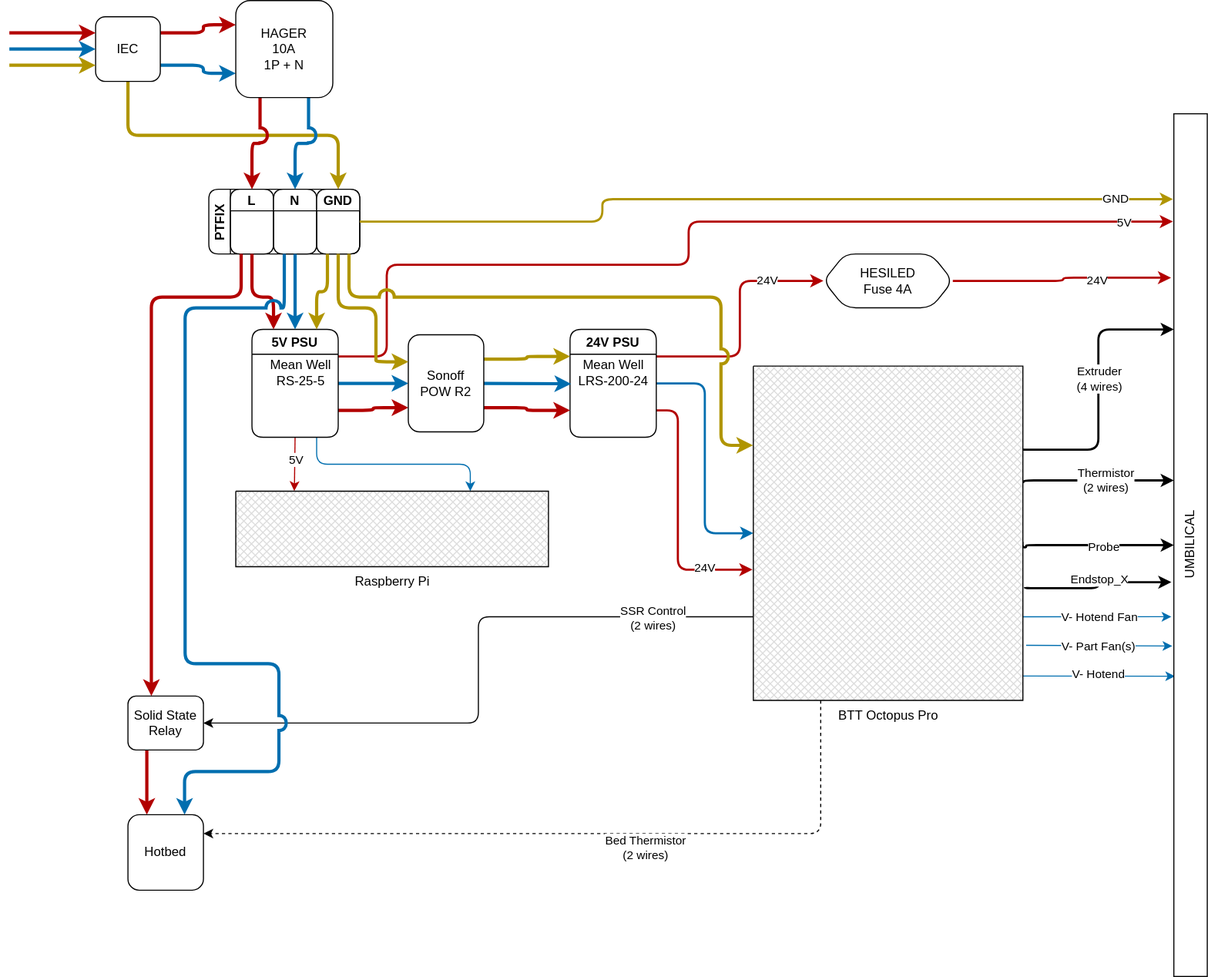
This is wiring/VCore3_wiring.svg from Contrasens/VCore3-400-OpenFront, a draw.io export, as it was before one commit. Source tidied: cells renumbered, new cells last; positions are measured from the earlier drawing's top-left corner, leaving out a move shared by most shapes.
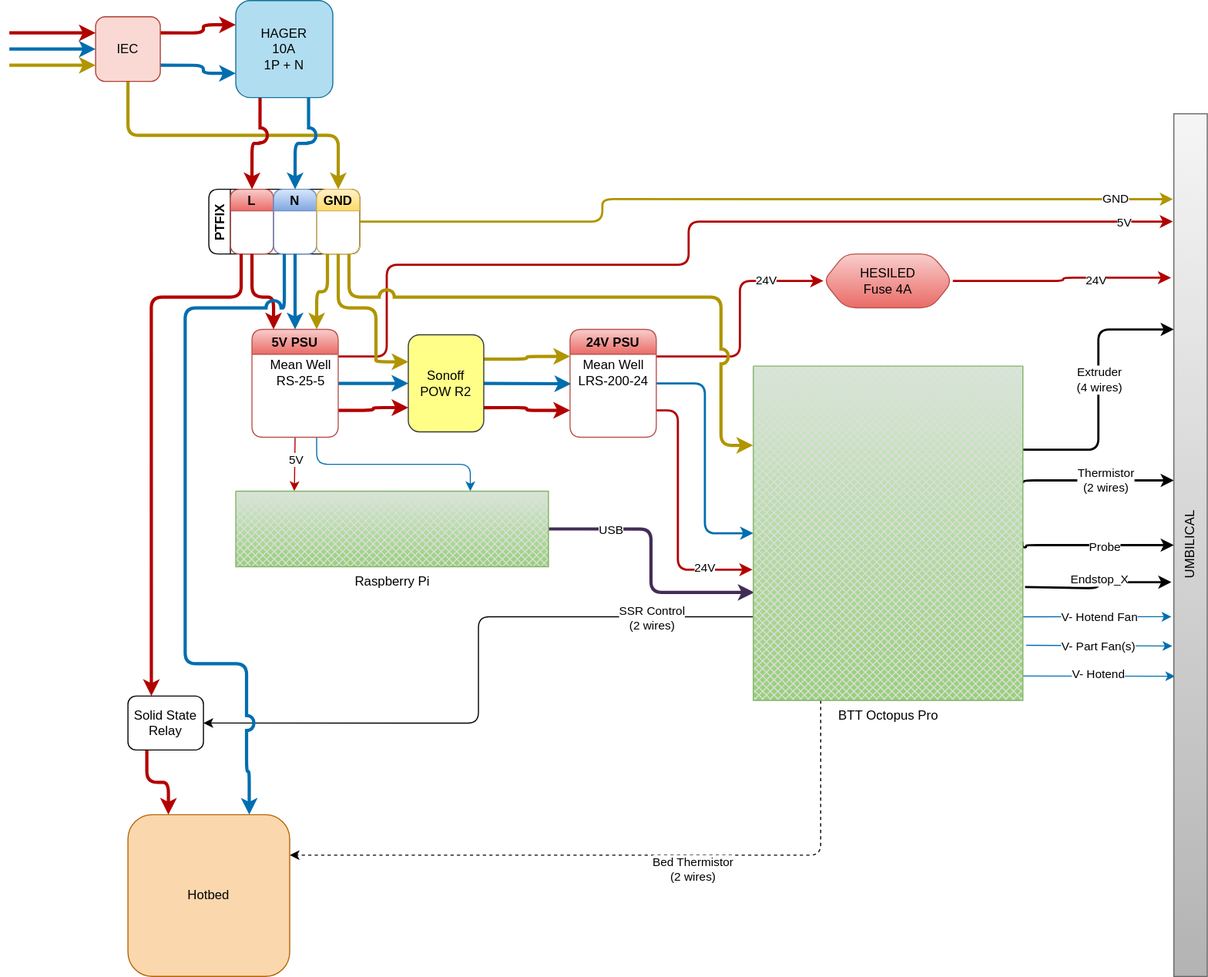
After the commit.

The edit, as a diff of the source:
```diff
@@ -21,7 +21,7 @@
     <mxCell id="4" style="edgeStyle=orthogonalEdgeStyle;curved=0;rounded=1;sketch=0;jumpStyle=arc;jumpSize=10;jettySize=auto;html=1;exitX=0.5;exitY=1;exitDx=0;exitDy=0;entryX=0.5;entryY=0;entryDx=0;entryDy=0;strokeWidth=3;fillColor=#e3c800;strokeColor=#B09500;" parent="1" edge="1" source="5" target="15">
       <mxGeometry relative="1" as="geometry" />
     </mxCell>
-    <mxCell id="5" value="IEC" style="whiteSpace=wrap;html=1;rounded=1;sketch=0;" parent="1" vertex="1">
+    <mxCell id="5" value="IEC" style="whiteSpace=wrap;html=1;rounded=1;sketch=0;fillColor=#fad9d5;strokeColor=#ae4132;" parent="1" vertex="1">
       <mxGeometry x="80" y="15" width="60" height="60" as="geometry" />
     </mxCell>
     <mxCell id="6" style="endArrow=classic;html=1;rounded=1;sketch=0;curved=0;jumpStyle=arc;jumpSize=10;entryX=0;entryY=0.25;entryDx=0;entryDy=0;fillColor=#e51400;strokeColor=#B20000;strokeWidth=3;" parent="1" edge="1" target="5">
@@ -45,19 +45,19 @@
     <mxCell id="10" style="edgeStyle=orthogonalEdgeStyle;curved=0;rounded=1;sketch=0;jumpStyle=arc;jumpSize=10;jettySize=auto;html=1;exitX=0.75;exitY=1;exitDx=0;exitDy=0;entryX=0.5;entryY=0;entryDx=0;entryDy=0;strokeWidth=3;fillColor=#1ba1e2;strokeColor=#006EAF;" parent="1" edge="1" source="11" target="14">
       <mxGeometry relative="1" as="geometry" />
     </mxCell>
-    <mxCell id="11" value="&lt;div&gt;HAGER&lt;/div&gt;&lt;div&gt;10A&lt;/div&gt;&lt;div&gt;1P + N&lt;br&gt;&lt;/div&gt;" style="whiteSpace=wrap;html=1;rounded=1;sketch=0;" parent="1" vertex="1">
+    <mxCell id="11" value="&lt;div&gt;HAGER&lt;/div&gt;&lt;div&gt;10A&lt;/div&gt;&lt;div&gt;1P + N&lt;br&gt;&lt;/div&gt;" style="whiteSpace=wrap;html=1;rounded=1;sketch=0;fillColor=#b1ddf0;strokeColor=#10739e;" parent="1" vertex="1">
       <mxGeometry x="210" width="90" height="90" as="geometry" />
     </mxCell>
     <mxCell id="12" value="PTFIX" style="swimlane;startSize=20;horizontal=0;rounded=1;sketch=0;" parent="1" vertex="1">
       <mxGeometry x="185" y="175" width="140" height="60" as="geometry" />
     </mxCell>
-    <mxCell id="13" value="L" style="swimlane;startSize=20;rounded=1;sketch=0;" parent="12" vertex="1">
+    <mxCell id="13" value="L" style="swimlane;startSize=20;rounded=1;sketch=0;fillColor=#f8cecc;gradientColor=#ea6b66;strokeColor=#b85450;" parent="12" vertex="1">
       <mxGeometry x="20" width="40" height="60" as="geometry" />
     </mxCell>
-    <mxCell id="14" value="N" style="swimlane;startSize=20;rounded=1;sketch=0;" parent="12" vertex="1">
+    <mxCell id="14" value="N" style="swimlane;startSize=20;rounded=1;sketch=0;fillColor=#dae8fc;gradientColor=#7ea6e0;strokeColor=#6c8ebf;" parent="12" vertex="1">
       <mxGeometry x="60" width="40" height="60" as="geometry" />
     </mxCell>
-    <mxCell id="15" value="GND" style="swimlane;startSize=20;rounded=1;sketch=0;" parent="12" vertex="1">
+    <mxCell id="15" value="GND" style="swimlane;startSize=20;rounded=1;sketch=0;fillColor=#fff2cc;gradientColor=#ffd966;strokeColor=#d6b656;" parent="12" vertex="1">
       <mxGeometry x="100" width="40" height="60" as="geometry" />
     </mxCell>
     <mxCell id="16" style="edgeStyle=orthogonalEdgeStyle;curved=0;rounded=1;sketch=0;jumpStyle=arc;jumpSize=10;jettySize=auto;html=1;exitX=1;exitY=0.5;exitDx=0;exitDy=0;entryX=0;entryY=0.5;entryDx=0;entryDy=0;strokeWidth=3;fillColor=#1ba1e2;strokeColor=#006EAF;" parent="1" edge="1" source="23" target="59">
@@ -92,7 +92,7 @@
         <mxPoint x="18" y="-1" as="offset" />
       </mxGeometry>
     </mxCell>
-    <mxCell id="23" value="5V PSU" style="swimlane;rounded=1;sketch=0;" parent="1" vertex="1">
+    <mxCell id="23" value="5V PSU" style="swimlane;rounded=1;sketch=0;fillColor=#f8cecc;gradientColor=#ea6b66;strokeColor=#b85450;" parent="1" vertex="1">
       <mxGeometry x="225" y="305" width="80" height="100" as="geometry" />
     </mxCell>
     <mxCell id="24" style="edgeStyle=orthogonalEdgeStyle;curved=0;rounded=1;sketch=0;jumpStyle=arc;jumpSize=10;jettySize=auto;html=1;exitX=1;exitY=0.5;exitDx=0;exitDy=0;entryX=0;entryY=0.5;entryDx=0;entryDy=0;entryPerimeter=0;strokeWidth=2;fillColor=#1ba1e2;strokeColor=#006EAF;" parent="1" edge="1" source="29" target="51">
@@ -115,7 +115,7 @@
     <mxCell id="28" value="24V" style="edgeLabel;html=1;align=center;verticalAlign=middle;" parent="27" vertex="1">
       <mxGeometry x="0.53" y="1" relative="1" as="geometry" />
     </mxCell>
-    <mxCell id="29" value="24V PSU" style="swimlane;rounded=1;sketch=0;" parent="1" vertex="1">
+    <mxCell id="29" value="24V PSU" style="swimlane;rounded=1;sketch=0;fillColor=#f8cecc;gradientColor=#ea6b66;strokeColor=#b85450;" parent="1" vertex="1">
       <mxGeometry x="520" y="305" width="80" height="100" as="geometry" />
     </mxCell>
     <mxCell id="30" value="&lt;div&gt;Mean Well&lt;/div&gt;&lt;div&gt;LRS-200-24&lt;br&gt;&lt;/div&gt;" style="text;html=1;align=center;verticalAlign=middle;points=[];strokeColor=none;fillColor=none;" parent="29" vertex="1">
@@ -124,7 +124,13 @@
     <mxCell id="31" value="&lt;div&gt;Mean Well&lt;/div&gt;&lt;div&gt;RS-25-5&lt;br&gt;&lt;/div&gt;" style="text;html=1;align=center;verticalAlign=middle;strokeColor=none;fillColor=none;" parent="1" vertex="1">
       <mxGeometry x="235" y="330" width="70" height="30" as="geometry" />
     </mxCell>
+    <mxCell id="72" style="edgeStyle=orthogonalEdgeStyle;curved=0;rounded=1;sketch=0;jumpStyle=arc;jumpSize=10;jettySize=auto;html=1;exitX=1;exitY=0.5;exitDx=0;exitDy=0;exitPerimeter=0;entryX=0.004;entryY=0.677;entryDx=0;entryDy=0;entryPerimeter=0;strokeWidth=3;fillColor=#76608a;strokeColor=#432D57;" parent="1" edge="1" source="32" target="51">
+      <mxGeometry relative="1" as="geometry" />
+    </mxCell>
+    <mxCell id="73" value="USB" style="edgeLabel;html=1;align=center;verticalAlign=middle;" parent="72" vertex="1">
+      <mxGeometry x="-0.54" relative="1" as="geometry" />
+    </mxCell>
-    <mxCell id="32" value="Raspberry Pi" style="verticalLabelPosition=bottom;verticalAlign=top;html=1;shape=mxgraph.basic.patternFillRect;fillStyle=diagGrid;step=5;fillStrokeWidth=0.2;fillStrokeColor=#dddddd;rounded=1;sketch=0;" parent="1" vertex="1">
+    <mxCell id="32" value="Raspberry Pi" style="verticalLabelPosition=bottom;verticalAlign=top;html=1;shape=mxgraph.basic.patternFillRect;fillStyle=diagGrid;step=5;fillStrokeWidth=0.2;fillStrokeColor=#dddddd;rounded=1;sketch=0;fillColor=#d5e8d4;gradientColor=#97d077;strokeColor=#82b366;" parent="1" vertex="1">
       <mxGeometry x="210" y="455" width="290" height="70" as="geometry" />
     </mxCell>
     <mxCell id="33" style="edgeStyle=orthogonalEdgeStyle;curved=0;rounded=1;sketch=0;jumpStyle=arc;jumpSize=10;jettySize=auto;html=1;exitX=0;exitY=0.75;exitDx=0;exitDy=0;exitPerimeter=0;entryX=1;entryY=0.5;entryDx=0;entryDy=0;strokeWidth=1;" parent="1" edge="1" source="51" target="63">
@@ -212,7 +218,7 @@
         <mxPoint x="-18" y="-4" as="offset" />
       </mxGeometry>
     </mxCell>
-    <mxCell id="51" value="BTT Octopus Pro" style="verticalLabelPosition=bottom;verticalAlign=top;html=1;shape=mxgraph.basic.patternFillRect;fillStyle=diagGrid;step=5;fillStrokeWidth=0.2;fillStrokeColor=#dddddd;rounded=1;sketch=0;" parent="1" vertex="1">
+    <mxCell id="51" value="BTT Octopus Pro" style="verticalLabelPosition=bottom;verticalAlign=top;html=1;shape=mxgraph.basic.patternFillRect;fillStyle=diagGrid;step=5;fillStrokeWidth=0.2;fillStrokeColor=#dddddd;rounded=1;sketch=0;fillColor=#d5e8d4;gradientColor=#97d077;strokeColor=#82b366;" parent="1" vertex="1">
       <mxGeometry x="690" y="339" width="250" height="310" as="geometry" />
     </mxCell>
     <mxCell id="52" style="edgeStyle=orthogonalEdgeStyle;curved=0;rounded=1;sketch=0;jumpStyle=arc;jumpSize=10;jettySize=auto;html=1;exitX=0.25;exitY=1;exitDx=0;exitDy=0;entryX=0.25;entryY=0;entryDx=0;entryDy=0;strokeWidth=3;fillColor=#e51400;strokeColor=#B20000;" parent="1" edge="1" source="63" target="62">
@@ -241,7 +247,7 @@
     <mxCell id="58" style="edgeStyle=orthogonalEdgeStyle;curved=0;rounded=1;sketch=0;jumpStyle=arc;jumpSize=10;jettySize=auto;html=1;exitX=1;exitY=0.25;exitDx=0;exitDy=0;entryX=0;entryY=0.25;entryDx=0;entryDy=0;strokeWidth=3;fillColor=#e3c800;strokeColor=#B09500;" parent="1" edge="1" source="59" target="29">
       <mxGeometry relative="1" as="geometry" />
     </mxCell>
-    <mxCell id="59" value="&lt;div&gt;Sonoff&lt;/div&gt;&lt;div&gt;POW R2&lt;br&gt;&lt;/div&gt;" style="rounded=1;whiteSpace=wrap;html=1;sketch=0;" parent="1" vertex="1">
+    <mxCell id="59" value="&lt;div&gt;Sonoff&lt;/div&gt;&lt;div&gt;POW R2&lt;br&gt;&lt;/div&gt;" style="rounded=1;whiteSpace=wrap;html=1;sketch=0;fillColor=#ffff88;strokeColor=#36393d;" parent="1" vertex="1">
       <mxGeometry x="370" y="310" width="70" height="90" as="geometry" />
     </mxCell>
     <mxCell id="60" style="edgeStyle=orthogonalEdgeStyle;curved=0;rounded=1;sketch=0;jumpStyle=arc;jumpSize=10;jettySize=auto;html=1;exitX=0.25;exitY=1;exitDx=0;exitDy=0;entryX=0.31;entryY=-0.003;entryDx=0;entryDy=0;strokeWidth=3;fillColor=#e51400;strokeColor=#B20000;entryPerimeter=0;" parent="1" edge="1" source="13" target="63">
@@ -258,14 +264,14 @@
           <mxPoint x="255" y="285" />
           <mxPoint x="163" y="285" />
           <mxPoint x="163" y="615" />
-          <mxPoint x="250" y="615" />
-          <mxPoint x="250" y="715" />
-          <mxPoint x="163" y="715" />
+          <mxPoint x="220" y="615" />
+          <mxPoint x="220" y="715" />
+          <mxPoint x="223" y="715" />
         </Array>
       </mxGeometry>
     </mxCell>
-    <mxCell id="62" value="Hotbed" style="whiteSpace=wrap;html=1;rounded=1;sketch=0;" parent="1" vertex="1">
-      <mxGeometry x="110" y="755" width="70" height="70" as="geometry" />
+    <mxCell id="62" value="Hotbed" style="whiteSpace=wrap;html=1;rounded=1;sketch=0;fillColor=#fad7ac;strokeColor=#b46504;" parent="1" vertex="1">
+      <mxGeometry x="110" y="755" width="150" height="150" as="geometry" />
     </mxCell>
     <mxCell id="63" value="Solid State Relay" style="rounded=1;whiteSpace=wrap;html=1;sketch=0;" parent="1" vertex="1">
       <mxGeometry x="110" y="645" width="70" height="50" as="geometry" />
@@ -294,7 +300,7 @@
     <mxCell id="67" value="24V" style="edgeLabel;html=1;align=center;verticalAlign=middle;" parent="66" vertex="1">
       <mxGeometry x="0.32" y="-2" relative="1" as="geometry" />
     </mxCell>
-    <mxCell id="68" value="&lt;div&gt;HESILED&lt;/div&gt;&lt;div&gt;Fuse 4A&lt;br&gt;&lt;/div&gt;" style="shape=hexagon;perimeter=hexagonPerimeter2;whiteSpace=wrap;html=1;fixedSize=1;rounded=1;sketch=0;" parent="1" vertex="1">
+    <mxCell id="68" value="&lt;div&gt;HESILED&lt;/div&gt;&lt;div&gt;Fuse 4A&lt;br&gt;&lt;/div&gt;" style="shape=hexagon;perimeter=hexagonPerimeter2;whiteSpace=wrap;html=1;fixedSize=1;rounded=1;sketch=0;fillColor=#f8cecc;gradientColor=#ea6b66;strokeColor=#b85450;" parent="1" vertex="1">
       <mxGeometry x="755" y="235" width="120" height="50" as="geometry" />
     </mxCell>
     <mxCell id="69" style="edgeStyle=orthogonalEdgeStyle;curved=0;rounded=1;sketch=0;jumpStyle=arc;jumpSize=10;jettySize=auto;html=1;exitX=1;exitY=0.5;exitDx=0;exitDy=0;strokeWidth=2;fillColor=#e3c800;strokeColor=#B09500;entryX=-0.027;entryY=0.099;entryDx=0;entryDy=0;entryPerimeter=0;" parent="1" edge="1" source="15" target="71">
@@ -308,7 +314,7 @@
     <mxCell id="70" value="GND" style="edgeLabel;html=1;align=center;verticalAlign=middle;" parent="69" vertex="1">
       <mxGeometry x="0.86" y="1" relative="1" as="geometry" />
     </mxCell>
-    <mxCell id="71" value="UMBILICAL" style="rounded=0;whiteSpace=wrap;html=1;sketch=0;horizontal=0;" parent="1" vertex="1">
+    <mxCell id="71" value="UMBILICAL" style="rounded=0;whiteSpace=wrap;html=1;sketch=0;horizontal=0;fillColor=#f5f5f5;gradientColor=#b3b3b3;strokeColor=#666666;" parent="1" vertex="1">
       <mxGeometry x="1080" y="105" width="31" height="800" as="geometry" />
     </mxCell>
   </root>
```
